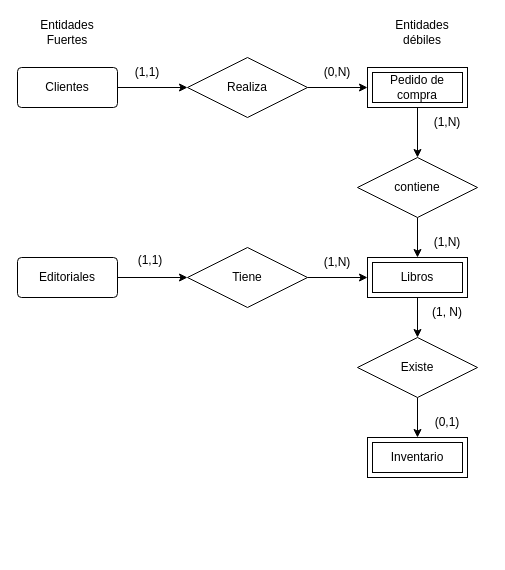
Above: ClubDelLibro.drawio in ivazquez-07/database-modeller-excersises (draw.io), before the change. Source tidied: cells renumbered, new cells numbered last; positions are measured from the earlier drawing's top-left corner, leaving out a move shared by most shapes. Both pictures are drawn from the tidied source at 100%, with x=0, y=0 at pixel (17, 17).
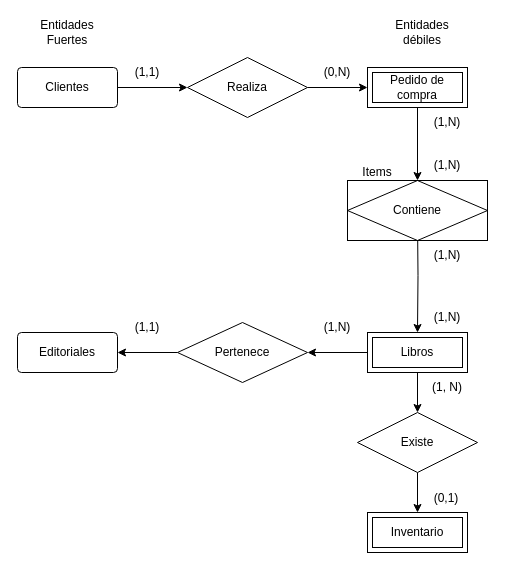
The same diagram, later.

Unchanged cells that the change refers to:
```xml
<mxCell id="5" value="Pedido de compra" style="shape=ext;margin=3;double=1;whiteSpace=wrap;html=1;align=center;" parent="1" vertex="1">
  <mxGeometry x="350" y="50" width="100" height="40" as="geometry" />
</mxCell>
```

The edit, as a diff of the source:
```diff
@@
-    <mxCell id="4" style="edgeStyle=orthogonalEdgeStyle;rounded=0;jettySize=auto;html=1;exitX=0.5;exitY=1;exitDx=0;exitDy=0;entryX=0.5;entryY=0;entryDx=0;entryDy=0;" parent="1" edge="1" source="5" target="16">
+    <mxCell id="4" style="edgeStyle=orthogonalEdgeStyle;rounded=0;jettySize=auto;html=1;exitX=0.5;exitY=1;exitDx=0;exitDy=0;entryX=0.5;entryY=0;entryDx=0;entryDy=0;" parent="1" edge="1" source="5" target="31">
       <mxGeometry relative="1" as="geometry" />
     </mxCell>
@@
-    <mxCell id="6" style="edgeStyle=orthogonalEdgeStyle;rounded=0;jettySize=auto;html=1;" parent="1" edge="1" source="7" target="22">
-      <mxGeometry relative="1" as="geometry" />
-    </mxCell>
     <mxCell id="7" value="Editoriales" style="rounded=1;arcSize=10;whiteSpace=wrap;html=1;align=center;" parent="1" vertex="1">
-      <mxGeometry y="240" width="100" height="40" as="geometry" />
+      <mxGeometry y="315" width="100" height="40" as="geometry" />
     </mxCell>
     <mxCell id="8" value="Inventario" style="shape=ext;margin=3;double=1;whiteSpace=wrap;html=1;align=center;" parent="1" vertex="1">
-      <mxGeometry x="350" y="420" width="100" height="40" as="geometry" />
+      <mxGeometry x="350" y="495" width="100" height="40" as="geometry" />
     </mxCell>
@@
+    <mxCell id="29" style="edgeStyle=orthogonalEdgeStyle;rounded=0;jettySize=auto;html=1;entryX=1;entryY=0.5;entryDx=0;entryDy=0;" parent="1" edge="1" source="12" target="22">
+      <mxGeometry relative="1" as="geometry" />
+    </mxCell>
     <mxCell id="12" value="Libros" style="shape=ext;margin=3;double=1;whiteSpace=wrap;html=1;align=center;" parent="1" vertex="1">
-      <mxGeometry x="350" y="240" width="100" height="40" as="geometry" />
+      <mxGeometry x="350" y="315" width="100" height="40" as="geometry" />
     </mxCell>
@@
-    <mxCell id="15" style="edgeStyle=orthogonalEdgeStyle;rounded=0;jettySize=auto;html=1;" parent="1" edge="1" source="16" target="12">
-      <mxGeometry relative="1" as="geometry" />
+    <mxCell id="15" style="edgeStyle=orthogonalEdgeStyle;rounded=0;jettySize=auto;html=1;" parent="1" edge="1" target="12">
+      <mxGeometry relative="1" as="geometry">
+        <mxPoint x="400" y="200" as="sourcePoint" />
+      </mxGeometry>
     </mxCell>
-    <mxCell id="16" value="contiene" style="shape=rhombus;perimeter=rhombusPerimeter;whiteSpace=wrap;html=1;align=center;" parent="1" vertex="1">
-      <mxGeometry x="340" y="140" width="120" height="60" as="geometry" />
-    </mxCell>
@@
     <mxCell id="20" value="(1,N)" style="text;html=1;align=center;verticalAlign=middle;whiteSpace=wrap;rounded=0;" parent="1" vertex="1">
-      <mxGeometry x="400" y="210" width="60" height="30" as="geometry" />
+      <mxGeometry x="400" y="223" width="60" height="30" as="geometry" />
     </mxCell>
-    <mxCell id="21" style="edgeStyle=orthogonalEdgeStyle;rounded=0;jettySize=auto;html=1;exitX=1;exitY=0.5;exitDx=0;exitDy=0;" parent="1" edge="1" source="22" target="12">
-      <mxGeometry relative="1" as="geometry" />
-    </mxCell>
+    <mxCell id="30" style="edgeStyle=orthogonalEdgeStyle;rounded=0;jettySize=auto;html=1;entryX=1;entryY=0.5;entryDx=0;entryDy=0;" parent="1" edge="1" source="22" target="7">
+      <mxGeometry relative="1" as="geometry" />
+    </mxCell>
-    <mxCell id="22" value="Tiene" style="shape=rhombus;perimeter=rhombusPerimeter;whiteSpace=wrap;html=1;align=center;" parent="1" vertex="1">
-      <mxGeometry x="170" y="230" width="120" height="60" as="geometry" />
+    <mxCell id="22" value="Pertenece" style="shape=rhombus;perimeter=rhombusPerimeter;whiteSpace=wrap;html=1;align=center;" parent="1" vertex="1">
+      <mxGeometry x="160" y="305" width="130" height="60" as="geometry" />
     </mxCell>
     <mxCell id="23" value="(1,N)" style="text;html=1;align=center;verticalAlign=middle;whiteSpace=wrap;rounded=0;" parent="1" vertex="1">
-      <mxGeometry x="290" y="230" width="60" height="30" as="geometry" />
+      <mxGeometry x="290" y="295" width="60" height="30" as="geometry" />
     </mxCell>
     <mxCell id="24" value="(1,1)" style="text;html=1;align=center;verticalAlign=middle;whiteSpace=wrap;rounded=0;" parent="1" vertex="1">
-      <mxGeometry x="103" y="228" width="60" height="30" as="geometry" />
+      <mxGeometry x="100" y="295" width="60" height="30" as="geometry" />
     </mxCell>
@@
     <mxCell id="26" value="Existe" style="shape=rhombus;perimeter=rhombusPerimeter;whiteSpace=wrap;html=1;align=center;" parent="1" vertex="1">
-      <mxGeometry x="340" y="320" width="120" height="60" as="geometry" />
+      <mxGeometry x="340" y="395" width="120" height="60" as="geometry" />
     </mxCell>
     <mxCell id="27" value="(1, N)" style="text;html=1;align=center;verticalAlign=middle;whiteSpace=wrap;rounded=0;" parent="1" vertex="1">
-      <mxGeometry x="400" y="280" width="60" height="30" as="geometry" />
+      <mxGeometry x="400" y="355" width="60" height="30" as="geometry" />
     </mxCell>
     <mxCell id="28" value="(0,1)" style="text;html=1;align=center;verticalAlign=middle;whiteSpace=wrap;rounded=0;" parent="1" vertex="1">
-      <mxGeometry x="400" y="390" width="60" height="30" as="geometry" />
+      <mxGeometry x="399" y="466" width="60" height="30" as="geometry" />
     </mxCell>
+    <mxCell id="31" value="Contiene" style="shape=associativeEntity;whiteSpace=wrap;html=1;align=center;" parent="1" vertex="1">
+      <mxGeometry x="330" y="163" width="140" height="60" as="geometry" />
+    </mxCell>
+    <mxCell id="32" value="Items" style="text;html=1;align=center;verticalAlign=middle;whiteSpace=wrap;rounded=0;" parent="1" vertex="1">
+      <mxGeometry x="330" y="140" width="60" height="30" as="geometry" />
+    </mxCell>
+    <mxCell id="33" value="(1,N)" style="text;html=1;align=center;verticalAlign=middle;whiteSpace=wrap;rounded=0;" parent="1" vertex="1">
+      <mxGeometry x="400" y="133" width="60" height="30" as="geometry" />
+    </mxCell>
+    <mxCell id="34" value="(1,N)" style="text;html=1;align=center;verticalAlign=middle;whiteSpace=wrap;rounded=0;" parent="1" vertex="1">
+      <mxGeometry x="400" y="285" width="60" height="30" as="geometry" />
+    </mxCell>
```
